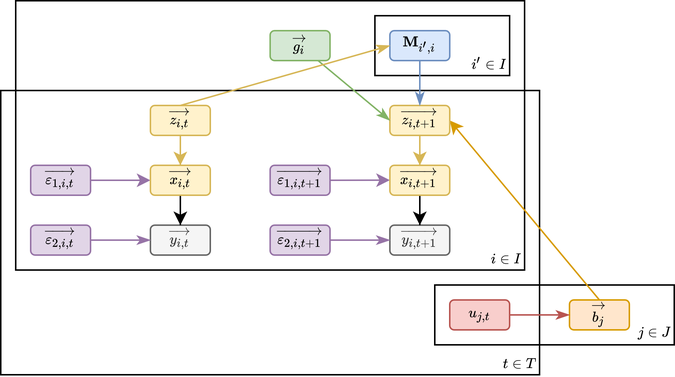
The draw.io diagram img/diagram.png in pchlenski/misdeed, before a commit. Source tidied: cells renumbered, new cells last; positions are measured from the earlier drawing's top-left corner, leaving out a move shared by most shapes. The source it was exported from:
```xml
<mxGraphModel math="1">
  <root>
    <mxCell id="0" />
    <mxCell id="1" parent="0" />
    <mxCell id="2" value="\( i \in I\)" style="rounded=0;whiteSpace=wrap;html=1;glass=0;fillColor=none;fontSize=8;align=right;verticalAlign=bottom;sketch=0;shadow=0;" parent="1" vertex="1">
      <mxGeometry x="10" width="340" height="180" as="geometry" />
    </mxCell>
    <mxCell id="3" value="\(t \in T\)" style="rounded=0;whiteSpace=wrap;html=1;fillColor=none;fontSize=8;verticalAlign=bottom;align=right;sketch=0;shadow=0;" parent="1" vertex="1">
      <mxGeometry y="60" width="360" height="190" as="geometry" />
    </mxCell>
    <mxCell id="4" value="\(i' \in I\)" style="rounded=0;whiteSpace=wrap;html=1;glass=0;fillColor=none;fontSize=8;align=right;verticalAlign=bottom;sketch=0;shadow=0;" parent="1" vertex="1">
      <mxGeometry x="250" y="10" width="90" height="40" as="geometry" />
    </mxCell>
    <mxCell id="5" value="\(j \in J\)" style="rounded=0;whiteSpace=wrap;html=1;glass=0;fillColor=none;fontSize=8;align=right;verticalAlign=bottom;arcSize=4;sketch=0;shadow=0;" parent="1" vertex="1">
      <mxGeometry x="290" y="190" width="160" height="40" as="geometry" />
    </mxCell>
    <mxCell id="6" style="edgeStyle=orthogonalEdgeStyle;rounded=0;jettySize=auto;html=1;entryX=0.5;entryY=0;entryDx=0;entryDy=0;fillColor=#fff2cc;strokeColor=#d6b656;" parent="1" edge="1" source="7" target="30">
      <mxGeometry relative="1" as="geometry" />
    </mxCell>
    <mxCell id="7" value="&lt;div&gt;$$\overrightarrow{z_{i,t}}$$&lt;/div&gt;" style="rounded=1;whiteSpace=wrap;html=1;fillColor=#fff2cc;strokeColor=#d6b656;fontSize=8;sketch=0;shadow=0;" parent="1" vertex="1">
      <mxGeometry x="100" y="70" width="40" height="20" as="geometry" />
    </mxCell>
    <mxCell id="8" value="$$u_{j,t}$$" style="rounded=1;whiteSpace=wrap;html=1;fillColor=#f8cecc;strokeColor=#b85450;fontSize=8;sketch=0;shadow=0;" parent="1" vertex="1">
      <mxGeometry x="300" y="200" width="40" height="20" as="geometry" />
    </mxCell>
    <mxCell id="9" value="$$\overrightarrow{g_i}$$" style="rounded=1;whiteSpace=wrap;html=1;fillColor=#d5e8d4;strokeColor=#82b366;fontSize=8;sketch=0;shadow=0;" parent="1" vertex="1">
      <mxGeometry x="180" y="20" width="40" height="20" as="geometry" />
    </mxCell>
    <mxCell id="10" style="edgeStyle=none;rounded=0;jettySize=auto;html=1;exitX=0.5;exitY=0;exitDx=0;exitDy=0;entryX=1;entryY=0.5;entryDx=0;entryDy=0;fillColor=#ffe6cc;strokeColor=#d79b00;" parent="1" edge="1" source="11" target="14">
      <mxGeometry relative="1" as="geometry" />
    </mxCell>
    <mxCell id="11" value="$$\overrightarrow{b_j}$$" style="rounded=1;whiteSpace=wrap;html=1;fillColor=#ffe6cc;strokeColor=#d79b00;fontSize=8;sketch=0;shadow=0;" parent="1" vertex="1">
      <mxGeometry x="380" y="200" width="40" height="20" as="geometry" />
    </mxCell>
    <mxCell id="12" style="edgeStyle=none;rounded=1;sketch=0;jettySize=auto;html=1;exitX=1;exitY=0.5;exitDx=0;exitDy=0;entryX=0;entryY=0.5;entryDx=0;entryDy=0;shadow=0;endArrow=classicThin;endFill=1;strokeColor=#b85450;fontSize=8;fillColor=#f8cecc;" parent="1" edge="1" source="8" target="11">
      <mxGeometry x="860" y="1100" as="geometry" />
    </mxCell>
    <mxCell id="13" style="edgeStyle=orthogonalEdgeStyle;rounded=0;jettySize=auto;html=1;entryX=0.5;entryY=0;entryDx=0;entryDy=0;fillColor=#fff2cc;strokeColor=#d6b656;" parent="1" edge="1" source="14" target="32">
      <mxGeometry relative="1" as="geometry" />
    </mxCell>
    <mxCell id="14" value="&lt;div&gt;$$\overrightarrow{z_{i,t+1}}$$&lt;/div&gt;" style="rounded=1;whiteSpace=wrap;html=1;fillColor=#fff2cc;strokeColor=#d6b656;fontSize=8;sketch=0;shadow=0;" parent="1" vertex="1">
      <mxGeometry x="260" y="70" width="40" height="20" as="geometry" />
    </mxCell>
    <mxCell id="15" style="edgeStyle=none;rounded=1;sketch=0;jettySize=auto;html=1;entryX=0;entryY=0.5;entryDx=0;entryDy=0;shadow=0;endArrow=classicThin;endFill=1;strokeColor=#82b366;fontSize=8;fillColor=#d5e8d4;" parent="1" edge="1" source="9" target="14">
      <mxGeometry x="540" y="1160" as="geometry" />
    </mxCell>
    <mxCell id="16" value="&lt;div&gt;$$\overrightarrow{y_{i,t+1}}$$&lt;/div&gt;" style="rounded=1;whiteSpace=wrap;html=1;fillColor=#f5f5f5;strokeColor=#666666;fontSize=8;sketch=0;shadow=0;fontColor=#333333;" parent="1" vertex="1">
      <mxGeometry x="260" y="150" width="40" height="20" as="geometry" />
    </mxCell>
    <mxCell id="17" style="edgeStyle=none;rounded=1;jettySize=auto;html=1;endArrow=classicThin;endFill=1;strokeColor=#9673a6;fontSize=8;fillColor=#e1d5e7;sketch=0;shadow=0;" parent="1" edge="1" source="18" target="16">
      <mxGeometry x="540" y="1200" as="geometry" />
    </mxCell>
    <mxCell id="18" value="&lt;div&gt;$$\overrightarrow{\varepsilon_{2,i,t+1}}$$&lt;/div&gt;" style="rounded=1;whiteSpace=wrap;html=1;fillColor=#e1d5e7;strokeColor=#9673a6;fontSize=8;sketch=0;shadow=0;" parent="1" vertex="1">
      <mxGeometry x="180" y="150" width="40" height="20" as="geometry" />
    </mxCell>
    <mxCell id="19" style="edgeStyle=none;rounded=1;jettySize=auto;html=1;endArrow=classicThin;endFill=1;strokeColor=#6c8ebf;fontSize=8;exitX=0.5;exitY=1;exitDx=0;exitDy=0;fillColor=#dae8fc;sketch=0;shadow=0;entryX=0.5;entryY=0;entryDx=0;entryDy=0;" parent="1" edge="1" source="20" target="14">
      <mxGeometry x="540" y="1160" as="geometry" />
    </mxCell>
    <mxCell id="20" value="$$\mathbf{M}_{i',i}$$" style="rounded=1;whiteSpace=wrap;html=1;fillColor=#dae8fc;strokeColor=#6c8ebf;fontSize=8;sketch=0;shadow=0;" parent="1" vertex="1">
      <mxGeometry x="260" y="20" width="40" height="20" as="geometry" />
    </mxCell>
    <mxCell id="21" style="edgeStyle=none;rounded=1;jettySize=auto;html=1;endArrow=classicThin;endFill=1;strokeColor=#d6b656;fontSize=8;fillColor=#fff2cc;sketch=0;shadow=0;exitX=0.5;exitY=0;exitDx=0;exitDy=0;entryX=0;entryY=0.5;entryDx=0;entryDy=0;" parent="1" edge="1" source="7" target="20">
      <mxGeometry x="540" y="1160" as="geometry" />
    </mxCell>
    <mxCell id="22" value="&lt;div&gt;$$\overrightarrow{\varepsilon_{2,i,t}}$$&lt;/div&gt;" style="rounded=1;whiteSpace=wrap;html=1;fillColor=#e1d5e7;strokeColor=#9673a6;fontSize=8;sketch=0;shadow=0;" parent="1" vertex="1">
      <mxGeometry x="20" y="150" width="40" height="20" as="geometry" />
    </mxCell>
    <mxCell id="23" value="$$\overrightarrow{y_{i,t}}$$" style="rounded=1;whiteSpace=wrap;html=1;fontSize=8;sketch=0;shadow=0;fillColor=#f5f5f5;strokeColor=#666666;fontColor=#333333;" parent="1" vertex="1">
      <mxGeometry x="100" y="150" width="40" height="20" as="geometry" />
    </mxCell>
    <mxCell id="24" style="edgeStyle=none;rounded=1;jettySize=auto;html=1;endArrow=classicThin;endFill=1;strokeColor=#9673a6;fontSize=8;fillColor=#e1d5e7;sketch=0;shadow=0;" parent="1" edge="1" source="22" target="23">
      <mxGeometry x="460" y="1200" as="geometry" />
    </mxCell>
    <mxCell id="25" style="edgeStyle=none;rounded=0;jettySize=auto;html=1;exitX=1;exitY=0.5;exitDx=0;exitDy=0;fontSize=8;fillColor=#e1d5e7;strokeColor=#9673a6;" parent="1" edge="1" source="26">
      <mxGeometry relative="1" as="geometry">
        <mxPoint x="260" y="119.9" as="targetPoint" />
      </mxGeometry>
    </mxCell>
    <mxCell id="26" value="&lt;div&gt;$$\overrightarrow{\varepsilon_{1,i,t+1}}$$&lt;/div&gt;" style="rounded=1;whiteSpace=wrap;html=1;fillColor=#e1d5e7;strokeColor=#9673a6;fontSize=8;sketch=0;shadow=0;" parent="1" vertex="1">
      <mxGeometry x="180" y="110" width="40" height="20" as="geometry" />
    </mxCell>
    <mxCell id="27" style="edgeStyle=none;rounded=0;jettySize=auto;html=1;fontSize=8;fillColor=#e1d5e7;strokeColor=#9673a6;" parent="1" edge="1" source="28">
      <mxGeometry relative="1" as="geometry">
        <mxPoint x="100" y="120" as="targetPoint" />
      </mxGeometry>
    </mxCell>
    <mxCell id="28" value="&lt;div&gt;$$\overrightarrow{\varepsilon_{1,i,t}}$$&lt;/div&gt;" style="rounded=1;whiteSpace=wrap;html=1;fillColor=#e1d5e7;strokeColor=#9673a6;fontSize=8;sketch=0;shadow=0;" parent="1" vertex="1">
      <mxGeometry x="20" y="110" width="40" height="20" as="geometry" />
    </mxCell>
    <mxCell id="29" style="edgeStyle=orthogonalEdgeStyle;rounded=0;jettySize=auto;html=1;entryX=0.5;entryY=0;entryDx=0;entryDy=0;" parent="1" edge="1" source="30" target="23">
      <mxGeometry relative="1" as="geometry" />
    </mxCell>
    <mxCell id="30" value="&lt;div&gt;$$\overrightarrow{x_{i,t}}$$&lt;/div&gt;" style="rounded=1;whiteSpace=wrap;html=1;fillColor=#fff2cc;strokeColor=#d6b656;fontSize=8;sketch=0;shadow=0;" parent="1" vertex="1">
      <mxGeometry x="100" y="110" width="40" height="20" as="geometry" />
    </mxCell>
    <mxCell id="31" style="edgeStyle=orthogonalEdgeStyle;rounded=0;jettySize=auto;html=1;entryX=0.5;entryY=0;entryDx=0;entryDy=0;" parent="1" edge="1" source="32" target="16">
      <mxGeometry relative="1" as="geometry" />
    </mxCell>
    <mxCell id="32" value="&lt;div&gt;$$\overrightarrow{x_{i,t+1}}$$&lt;/div&gt;" style="rounded=1;whiteSpace=wrap;html=1;fillColor=#fff2cc;strokeColor=#d6b656;fontSize=8;sketch=0;shadow=0;" parent="1" vertex="1">
      <mxGeometry x="260" y="110" width="40" height="20" as="geometry" />
    </mxCell>
  </root>
</mxGraphModel>
```
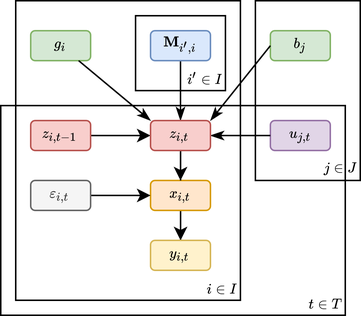
The same diagram one commit later.

What changed in the source:
```diff
@@ -2,102 +2,68 @@
   <root>
     <mxCell id="0" />
     <mxCell id="1" parent="0" />
-    <mxCell id="2" value="\( i \in I\)" style="rounded=0;whiteSpace=wrap;html=1;glass=0;fillColor=none;fontSize=8;align=right;verticalAlign=bottom;sketch=0;shadow=0;" parent="1" vertex="1">
-      <mxGeometry x="10" width="340" height="180" as="geometry" />
+    <mxCell id="2" value="\( i \in I\)" style="rounded=0;whiteSpace=wrap;html=1;glass=0;fontSize=8;align=right;verticalAlign=bottom;sketch=0;shadow=0;fillColor=none;" parent="1" vertex="1">
+      <mxGeometry x="190" y="40" width="150" height="200" as="geometry" />
     </mxCell>
-    <mxCell id="3" value="\(t \in T\)" style="rounded=0;whiteSpace=wrap;html=1;fillColor=none;fontSize=8;verticalAlign=bottom;align=right;sketch=0;shadow=0;" parent="1" vertex="1">
-      <mxGeometry y="60" width="360" height="190" as="geometry" />
+    <mxCell id="3" value="\(t \in T\)" style="rounded=0;whiteSpace=wrap;html=1;fontSize=8;verticalAlign=bottom;align=right;sketch=0;shadow=0;fillColor=none;" parent="1" vertex="1">
+      <mxGeometry x="180" y="110" width="230" height="140" as="geometry" />
     </mxCell>
-    <mxCell id="4" value="\(i' \in I\)" style="rounded=0;whiteSpace=wrap;html=1;glass=0;fillColor=none;fontSize=8;align=right;verticalAlign=bottom;sketch=0;shadow=0;" parent="1" vertex="1">
-      <mxGeometry x="250" y="10" width="90" height="40" as="geometry" />
+    <mxCell id="4" value="\(i' \in I\)" style="rounded=0;whiteSpace=wrap;html=1;glass=0;fontSize=8;align=right;verticalAlign=bottom;sketch=0;shadow=0;fillColor=none;" parent="1" vertex="1">
+      <mxGeometry x="270" y="50" width="60" height="50" as="geometry" />
     </mxCell>
-    <mxCell id="5" value="\(j \in J\)" style="rounded=0;whiteSpace=wrap;html=1;glass=0;fillColor=none;fontSize=8;align=right;verticalAlign=bottom;arcSize=4;sketch=0;shadow=0;" parent="1" vertex="1">
-      <mxGeometry x="290" y="190" width="160" height="40" as="geometry" />
+    <mxCell id="5" value="\(j \in J\)" style="rounded=0;whiteSpace=wrap;html=1;glass=0;fontSize=8;align=right;verticalAlign=bottom;arcSize=4;sketch=0;shadow=0;fillColor=none;" parent="1" vertex="1">
+      <mxGeometry x="350" y="40" width="70" height="120" as="geometry" />
     </mxCell>
-    <mxCell id="6" style="edgeStyle=orthogonalEdgeStyle;rounded=0;jettySize=auto;html=1;entryX=0.5;entryY=0;entryDx=0;entryDy=0;fillColor=#fff2cc;strokeColor=#d6b656;" parent="1" edge="1" source="7" target="30">
-      <mxGeometry relative="1" as="geometry" />
+    <mxCell id="6" value="$$u_{j,t}$$" style="rounded=1;whiteSpace=wrap;html=1;fontSize=8;sketch=0;shadow=0;fillColor=#e1d5e7;strokeColor=#9673a6;" parent="1" vertex="1">
+      <mxGeometry x="360" y="120" width="40" height="20" as="geometry" />
     </mxCell>
-    <mxCell id="7" value="&lt;div&gt;$$\overrightarrow{z_{i,t}}$$&lt;/div&gt;" style="rounded=1;whiteSpace=wrap;html=1;fillColor=#fff2cc;strokeColor=#d6b656;fontSize=8;sketch=0;shadow=0;" parent="1" vertex="1">
-      <mxGeometry x="100" y="70" width="40" height="20" as="geometry" />
+    <mxCell id="7" value="$$g_i$$" style="rounded=1;whiteSpace=wrap;html=1;fontSize=8;sketch=0;shadow=0;fillColor=#d5e8d4;strokeColor=#82b366;" parent="1" vertex="1">
+      <mxGeometry x="200" y="60" width="40" height="20" as="geometry" />
     </mxCell>
-    <mxCell id="8" value="$$u_{j,t}$$" style="rounded=1;whiteSpace=wrap;html=1;fillColor=#f8cecc;strokeColor=#b85450;fontSize=8;sketch=0;shadow=0;" parent="1" vertex="1">
-      <mxGeometry x="300" y="200" width="40" height="20" as="geometry" />
+    <mxCell id="8" value="$$b_j$$" style="rounded=1;whiteSpace=wrap;html=1;fontSize=8;sketch=0;shadow=0;fillColor=#d5e8d4;strokeColor=#82b366;" parent="1" vertex="1">
+      <mxGeometry x="360" y="60" width="40" height="20" as="geometry" />
     </mxCell>
-    <mxCell id="9" value="$$\overrightarrow{g_i}$$" style="rounded=1;whiteSpace=wrap;html=1;fillColor=#d5e8d4;strokeColor=#82b366;fontSize=8;sketch=0;shadow=0;" parent="1" vertex="1">
-      <mxGeometry x="180" y="20" width="40" height="20" as="geometry" />
+    <mxCell id="9" style="edgeStyle=none;rounded=1;sketch=0;jettySize=auto;html=1;exitX=0;exitY=0.5;exitDx=0;exitDy=0;entryX=1;entryY=0.5;entryDx=0;entryDy=0;shadow=0;endArrow=classicThin;endFill=1;fontSize=8;" parent="1" edge="1" source="6" target="22">
+      <mxGeometry x="550" y="1170" as="geometry" />
     </mxCell>
-    <mxCell id="10" style="edgeStyle=none;rounded=0;jettySize=auto;html=1;exitX=0.5;exitY=0;exitDx=0;exitDy=0;entryX=1;entryY=0.5;entryDx=0;entryDy=0;fillColor=#ffe6cc;strokeColor=#d79b00;" parent="1" edge="1" source="11" target="14">
+    <mxCell id="10" style="edgeStyle=orthogonalEdgeStyle;rounded=0;jettySize=auto;html=1;" parent="1" edge="1" source="11" target="14">
       <mxGeometry relative="1" as="geometry" />
     </mxCell>
-    <mxCell id="11" value="$$\overrightarrow{b_j}$$" style="rounded=1;whiteSpace=wrap;html=1;fillColor=#ffe6cc;strokeColor=#d79b00;fontSize=8;sketch=0;shadow=0;" parent="1" vertex="1">
-      <mxGeometry x="380" y="200" width="40" height="20" as="geometry" />
+    <mxCell id="11" value="&lt;div&gt;$$x_{i,t}$$&lt;/div&gt;" style="rounded=1;whiteSpace=wrap;html=1;fontSize=8;sketch=0;shadow=0;fillColor=#ffe6cc;strokeColor=#d79b00;" parent="1" vertex="1">
+      <mxGeometry x="280" y="160" width="40" height="20" as="geometry" />
     </mxCell>
-    <mxCell id="12" style="edgeStyle=none;rounded=1;sketch=0;jettySize=auto;html=1;exitX=1;exitY=0.5;exitDx=0;exitDy=0;entryX=0;entryY=0.5;entryDx=0;entryDy=0;shadow=0;endArrow=classicThin;endFill=1;strokeColor=#b85450;fontSize=8;fillColor=#f8cecc;" parent="1" edge="1" source="8" target="11">
-      <mxGeometry x="860" y="1100" as="geometry" />
+    <mxCell id="12" style="edgeStyle=none;rounded=1;sketch=0;jettySize=auto;html=1;entryX=0;entryY=0;entryDx=0;entryDy=0;shadow=0;endArrow=classicThin;endFill=1;fontSize=8;" parent="1" edge="1" source="7" target="22">
+      <mxGeometry x="630" y="1210" as="geometry" />
     </mxCell>
-    <mxCell id="13" style="edgeStyle=orthogonalEdgeStyle;rounded=0;jettySize=auto;html=1;entryX=0.5;entryY=0;entryDx=0;entryDy=0;fillColor=#fff2cc;strokeColor=#d6b656;" parent="1" edge="1" source="14" target="32">
-      <mxGeometry relative="1" as="geometry" />
+    <mxCell id="13" style="edgeStyle=none;rounded=1;jettySize=auto;html=1;endArrow=classicThin;endFill=1;fontSize=8;entryX=1;entryY=0;entryDx=0;entryDy=0;exitX=0;exitY=0.5;exitDx=0;exitDy=0;sketch=0;shadow=0;" parent="1" edge="1" source="8" target="22">
+      <mxGeometry x="550" y="1210" as="geometry" />
     </mxCell>
-    <mxCell id="14" value="&lt;div&gt;$$\overrightarrow{z_{i,t+1}}$$&lt;/div&gt;" style="rounded=1;whiteSpace=wrap;html=1;fillColor=#fff2cc;strokeColor=#d6b656;fontSize=8;sketch=0;shadow=0;" parent="1" vertex="1">
-      <mxGeometry x="260" y="70" width="40" height="20" as="geometry" />
+    <mxCell id="14" value="&lt;div&gt;$$y_{i,t}$$&lt;/div&gt;" style="rounded=1;whiteSpace=wrap;html=1;fontSize=8;sketch=0;shadow=0;fillColor=#fff2cc;strokeColor=#d6b656;" parent="1" vertex="1">
+      <mxGeometry x="280" y="200" width="40" height="20" as="geometry" />
     </mxCell>
-    <mxCell id="15" style="edgeStyle=none;rounded=1;sketch=0;jettySize=auto;html=1;entryX=0;entryY=0.5;entryDx=0;entryDy=0;shadow=0;endArrow=classicThin;endFill=1;strokeColor=#82b366;fontSize=8;fillColor=#d5e8d4;" parent="1" edge="1" source="9" target="14">
-      <mxGeometry x="540" y="1160" as="geometry" />
+    <mxCell id="15" style="edgeStyle=none;rounded=1;jettySize=auto;html=1;endArrow=classicThin;endFill=1;fontSize=8;exitX=0.5;exitY=1;exitDx=0;exitDy=0;sketch=0;shadow=0;entryX=0.5;entryY=0;entryDx=0;entryDy=0;" parent="1" edge="1" source="16" target="22">
+      <mxGeometry x="630" y="1210" as="geometry" />
     </mxCell>
-    <mxCell id="16" value="&lt;div&gt;$$\overrightarrow{y_{i,t+1}}$$&lt;/div&gt;" style="rounded=1;whiteSpace=wrap;html=1;fillColor=#f5f5f5;strokeColor=#666666;fontSize=8;sketch=0;shadow=0;fontColor=#333333;" parent="1" vertex="1">
-      <mxGeometry x="260" y="150" width="40" height="20" as="geometry" />
+    <mxCell id="16" value="$$\mathbf{M}_{i',i}$$" style="rounded=1;whiteSpace=wrap;html=1;fontSize=8;sketch=0;shadow=0;fillColor=#dae8fc;strokeColor=#6c8ebf;" parent="1" vertex="1">
+      <mxGeometry x="280" y="60" width="40" height="20" as="geometry" />
     </mxCell>
-    <mxCell id="17" style="edgeStyle=none;rounded=1;jettySize=auto;html=1;endArrow=classicThin;endFill=1;strokeColor=#9673a6;fontSize=8;fillColor=#e1d5e7;sketch=0;shadow=0;" parent="1" edge="1" source="18" target="16">
-      <mxGeometry x="540" y="1200" as="geometry" />
+    <mxCell id="17" style="edgeStyle=none;rounded=0;jettySize=auto;html=1;exitX=1;exitY=0.5;exitDx=0;exitDy=0;fontSize=8;entryX=0;entryY=0.5;entryDx=0;entryDy=0;" parent="1" edge="1" source="18" target="11">
+      <mxGeometry relative="1" as="geometry" />
     </mxCell>
-    <mxCell id="18" value="&lt;div&gt;$$\overrightarrow{\varepsilon_{2,i,t+1}}$$&lt;/div&gt;" style="rounded=1;whiteSpace=wrap;html=1;fillColor=#e1d5e7;strokeColor=#9673a6;fontSize=8;sketch=0;shadow=0;" parent="1" vertex="1">
-      <mxGeometry x="180" y="150" width="40" height="20" as="geometry" />
+    <mxCell id="18" value="&lt;div&gt;$$\varepsilon_{i,t}$$&lt;/div&gt;" style="rounded=1;whiteSpace=wrap;html=1;fontSize=8;sketch=0;shadow=0;fillColor=#f5f5f5;fontColor=#333333;strokeColor=#666666;" parent="1" vertex="1">
+      <mxGeometry x="200" y="160" width="40" height="20" as="geometry" />
     </mxCell>
-    <mxCell id="19" style="edgeStyle=none;rounded=1;jettySize=auto;html=1;endArrow=classicThin;endFill=1;strokeColor=#6c8ebf;fontSize=8;exitX=0.5;exitY=1;exitDx=0;exitDy=0;fillColor=#dae8fc;sketch=0;shadow=0;entryX=0.5;entryY=0;entryDx=0;entryDy=0;" parent="1" edge="1" source="20" target="14">
-      <mxGeometry x="540" y="1160" as="geometry" />
+    <mxCell id="19" style="edgeStyle=orthogonalEdgeStyle;rounded=0;jettySize=auto;html=1;" parent="1" edge="1" source="20" target="22">
+      <mxGeometry relative="1" as="geometry" />
     </mxCell>
-    <mxCell id="20" value="$$\mathbf{M}_{i',i}$$" style="rounded=1;whiteSpace=wrap;html=1;fillColor=#dae8fc;strokeColor=#6c8ebf;fontSize=8;sketch=0;shadow=0;" parent="1" vertex="1">
-      <mxGeometry x="260" y="20" width="40" height="20" as="geometry" />
+    <mxCell id="20" value="&lt;div&gt;$$z_{i,t-1}$$&lt;/div&gt;" style="rounded=1;whiteSpace=wrap;html=1;fontSize=8;sketch=0;shadow=0;fillColor=#f8cecc;strokeColor=#b85450;" parent="1" vertex="1">
+      <mxGeometry x="200" y="120" width="40" height="20" as="geometry" />
     </mxCell>
-    <mxCell id="21" style="edgeStyle=none;rounded=1;jettySize=auto;html=1;endArrow=classicThin;endFill=1;strokeColor=#d6b656;fontSize=8;fillColor=#fff2cc;sketch=0;shadow=0;exitX=0.5;exitY=0;exitDx=0;exitDy=0;entryX=0;entryY=0.5;entryDx=0;entryDy=0;" parent="1" edge="1" source="7" target="20">
-      <mxGeometry x="540" y="1160" as="geometry" />
+    <mxCell id="21" style="edgeStyle=orthogonalEdgeStyle;rounded=0;jettySize=auto;html=1;entryX=0.5;entryY=0;entryDx=0;entryDy=0;" parent="1" edge="1" source="22" target="11">
+      <mxGeometry relative="1" as="geometry" />
     </mxCell>
-    <mxCell id="22" value="&lt;div&gt;$$\overrightarrow{\varepsilon_{2,i,t}}$$&lt;/div&gt;" style="rounded=1;whiteSpace=wrap;html=1;fillColor=#e1d5e7;strokeColor=#9673a6;fontSize=8;sketch=0;shadow=0;" parent="1" vertex="1">
-      <mxGeometry x="20" y="150" width="40" height="20" as="geometry" />
+    <mxCell id="22" value="&lt;div&gt;$$z_{i,t}$$&lt;/div&gt;" style="rounded=1;whiteSpace=wrap;html=1;fontSize=8;sketch=0;shadow=0;fillColor=#f8cecc;strokeColor=#b85450;" parent="1" vertex="1">
+      <mxGeometry x="280" y="120" width="40" height="20" as="geometry" />
     </mxCell>
-    <mxCell id="23" value="$$\overrightarrow{y_{i,t}}$$" style="rounded=1;whiteSpace=wrap;html=1;fontSize=8;sketch=0;shadow=0;fillColor=#f5f5f5;strokeColor=#666666;fontColor=#333333;" parent="1" vertex="1">
-      <mxGeometry x="100" y="150" width="40" height="20" as="geometry" />
-    </mxCell>
-    <mxCell id="24" style="edgeStyle=none;rounded=1;jettySize=auto;html=1;endArrow=classicThin;endFill=1;strokeColor=#9673a6;fontSize=8;fillColor=#e1d5e7;sketch=0;shadow=0;" parent="1" edge="1" source="22" target="23">
-      <mxGeometry x="460" y="1200" as="geometry" />
-    </mxCell>
-    <mxCell id="25" style="edgeStyle=none;rounded=0;jettySize=auto;html=1;exitX=1;exitY=0.5;exitDx=0;exitDy=0;fontSize=8;fillColor=#e1d5e7;strokeColor=#9673a6;" parent="1" edge="1" source="26">
-      <mxGeometry relative="1" as="geometry">
-        <mxPoint x="260" y="119.9" as="targetPoint" />
-      </mxGeometry>
-    </mxCell>
-    <mxCell id="26" value="&lt;div&gt;$$\overrightarrow{\varepsilon_{1,i,t+1}}$$&lt;/div&gt;" style="rounded=1;whiteSpace=wrap;html=1;fillColor=#e1d5e7;strokeColor=#9673a6;fontSize=8;sketch=0;shadow=0;" parent="1" vertex="1">
-      <mxGeometry x="180" y="110" width="40" height="20" as="geometry" />
-    </mxCell>
-    <mxCell id="27" style="edgeStyle=none;rounded=0;jettySize=auto;html=1;fontSize=8;fillColor=#e1d5e7;strokeColor=#9673a6;" parent="1" edge="1" source="28">
-      <mxGeometry relative="1" as="geometry">
-        <mxPoint x="100" y="120" as="targetPoint" />
-      </mxGeometry>
-    </mxCell>
-    <mxCell id="28" value="&lt;div&gt;$$\overrightarrow{\varepsilon_{1,i,t}}$$&lt;/div&gt;" style="rounded=1;whiteSpace=wrap;html=1;fillColor=#e1d5e7;strokeColor=#9673a6;fontSize=8;sketch=0;shadow=0;" parent="1" vertex="1">
-      <mxGeometry x="20" y="110" width="40" height="20" as="geometry" />
-    </mxCell>
-    <mxCell id="29" style="edgeStyle=orthogonalEdgeStyle;rounded=0;jettySize=auto;html=1;entryX=0.5;entryY=0;entryDx=0;entryDy=0;" parent="1" edge="1" source="30" target="23">
-      <mxGeometry relative="1" as="geometry" />
-    </mxCell>
-    <mxCell id="30" value="&lt;div&gt;$$\overrightarrow{x_{i,t}}$$&lt;/div&gt;" style="rounded=1;whiteSpace=wrap;html=1;fillColor=#fff2cc;strokeColor=#d6b656;fontSize=8;sketch=0;shadow=0;" parent="1" vertex="1">
-      <mxGeometry x="100" y="110" width="40" height="20" as="geometry" />
-    </mxCell>
-    <mxCell id="31" style="edgeStyle=orthogonalEdgeStyle;rounded=0;jettySize=auto;html=1;entryX=0.5;entryY=0;entryDx=0;entryDy=0;" parent="1" edge="1" source="32" target="16">
-      <mxGeometry relative="1" as="geometry" />
-    </mxCell>
-    <mxCell id="32" value="&lt;div&gt;$$\overrightarrow{x_{i,t+1}}$$&lt;/div&gt;" style="rounded=1;whiteSpace=wrap;html=1;fillColor=#fff2cc;strokeColor=#d6b656;fontSize=8;sketch=0;shadow=0;" parent="1" vertex="1">
-      <mxGeometry x="260" y="110" width="40" height="20" as="geometry" />
-    </mxCell>
   </root>
 </mxGraphModel>
```
